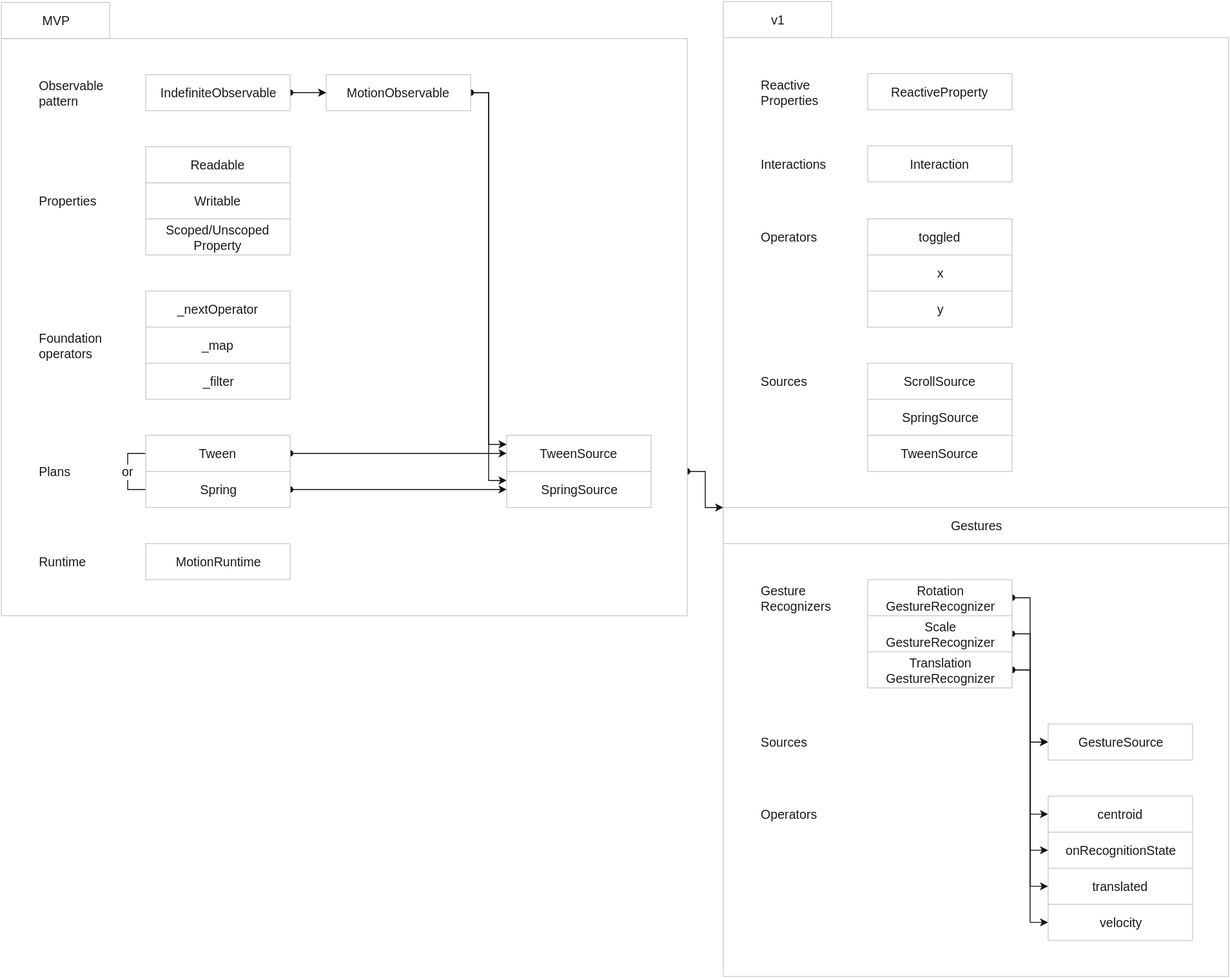
Above: assets/tech-tree-features.svg in material-motion/material-motion (draw.io), before the change. Source tidied: cells renumbered, new cells last; positions are measured from the earlier drawing's top-left corner, leaving out a move shared by most shapes.
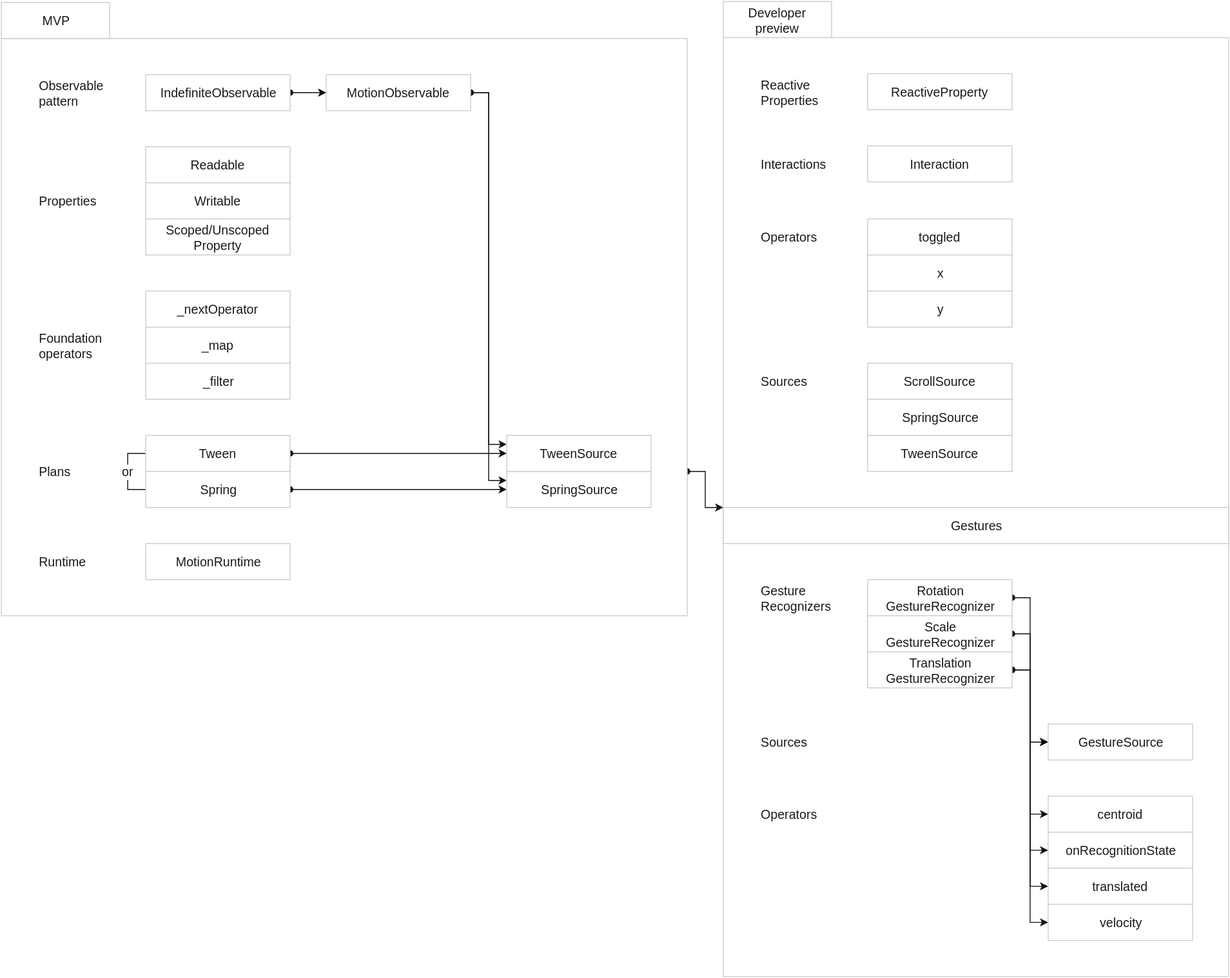
The same file after the commit.

Diff of the diagram source:
```diff
@@ -1,4 +1,4 @@
-<mxGraphModel>
+<mxGraphModel background="#ffffff">
   <root>
     <mxCell id="0" />
     <mxCell id="1" parent="0" />
@@ -92,7 +92,7 @@
     <mxCell id="31" value="Reactive Properties" style="text;html=1;strokeColor=none;fillColor=none;align=left;verticalAlign=middle;whiteSpace=wrap;labelBackgroundColor=none;fontFamily=Helvetica;fontSize=14;fontColor=#1A1A1A;" parent="1" vertex="1">
       <mxGeometry x="840" y="80" width="80" height="40" as="geometry" />
     </mxCell>
-    <mxCell id="32" value="&lt;span&gt;v1&lt;/span&gt;" style="whiteSpace=wrap;html=1;labelBackgroundColor=none;strokeColor=#CCCCCC;strokeWidth=1;fillColor=#FFFFFF;gradientColor=none;fontFamily=Helvetica;fontSize=14;fontColor=#1A1A1A;align=center;" parent="1" vertex="1">
+    <mxCell id="32" value="&lt;span&gt;Developer&lt;/span&gt;&lt;div&gt;&lt;span&gt;preview&lt;/span&gt;&lt;/div&gt;" style="whiteSpace=wrap;html=1;labelBackgroundColor=none;strokeColor=#CCCCCC;strokeWidth=1;fillColor=#FFFFFF;gradientColor=none;fontFamily=Helvetica;fontSize=14;fontColor=#1A1A1A;align=center;" parent="1" vertex="1">
       <mxGeometry x="800" width="120" height="40" as="geometry" />
     </mxCell>
     <mxCell id="33" value="Interaction" style="whiteSpace=wrap;html=1;labelBackgroundColor=none;strokeColor=#CCCCCC;strokeWidth=1;fillColor=#FFFFFF;gradientColor=none;fontFamily=Helvetica;fontSize=14;fontColor=#1A1A1A;align=center;" parent="1" vertex="1">
```
